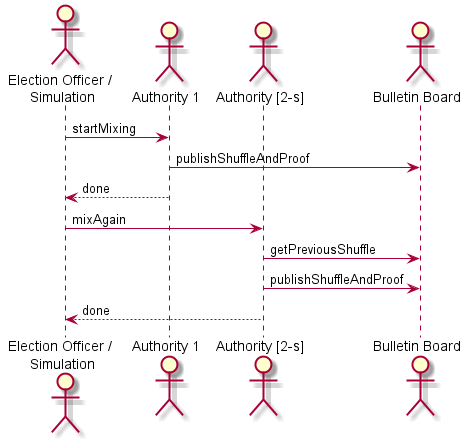
Before: doc/sequence/Mixing.png, a diagram exported from PlantUML (republique-et-canton-de-geneve/chvote-protocol-poc). The source it was exported from:
```plantuml
@startuml
actor "Election Officer / \nSimulation" as eo
actor "Authority 1" as auth1
actor "Authority [2-s]" as auth2
actor "Bulletin Board" as bb

eo -> auth1 : startMixing
auth1 -> bb : publishShuffleAndProof
auth1 --> eo : done

eo -> auth2 : mixAgain
auth2 -> bb : getPreviousShuffle
auth2 -> bb : publishShuffleAndProof
auth2 --> eo : done

@enduml
```
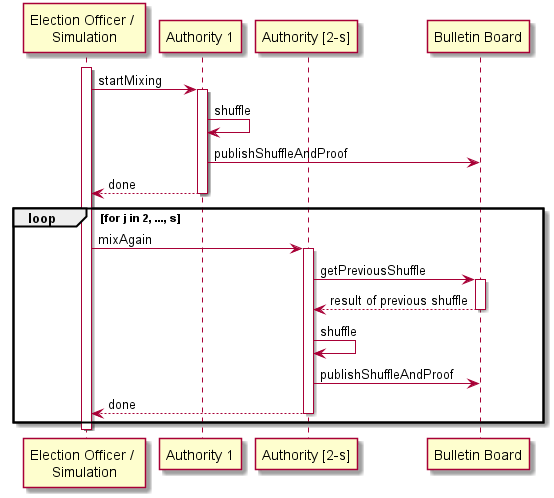
After the change.

Change to the diagram source:
```diff
@@ -1,16 +1,28 @@
 @startuml
-actor "Election Officer / \nSimulation" as eo
-actor "Authority 1" as auth1
-actor "Authority [2-s]" as auth2
-actor "Bulletin Board" as bb
+participant "Election Officer / \nSimulation" as eo
+participant "Authority 1" as auth1
+participant "Authority [2-s]" as auth2
+participant "Bulletin Board" as bb
 
+activate eo
 eo -> auth1 : startMixing
+activate auth1
+auth1 -> auth1 : shuffle
 auth1 -> bb : publishShuffleAndProof
 auth1 --> eo : done
+deactivate auth1
 
-eo -> auth2 : mixAgain
-auth2 -> bb : getPreviousShuffle
-auth2 -> bb : publishShuffleAndProof
-auth2 --> eo : done
-
+loop for j in 2, ..., s
+    eo -> auth2 : mixAgain
+    activate auth2
+    auth2 -> bb : getPreviousShuffle
+    activate bb
+    bb --> auth2 : result of previous shuffle
+    deactivate bb
+    auth2 -> auth2 : shuffle
+    auth2 -> bb : publishShuffleAndProof
+    auth2 --> eo : done
+    deactivate auth2
+end
+deactivate eo
 @enduml
```
